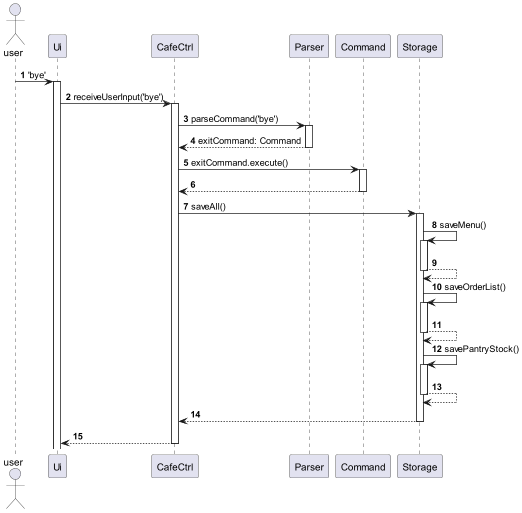
Before: docs/images/sequence/Architecture_Encode_Data.png, a diagram exported from PlantUML (nus-cs2113-AY2324S1/tp).
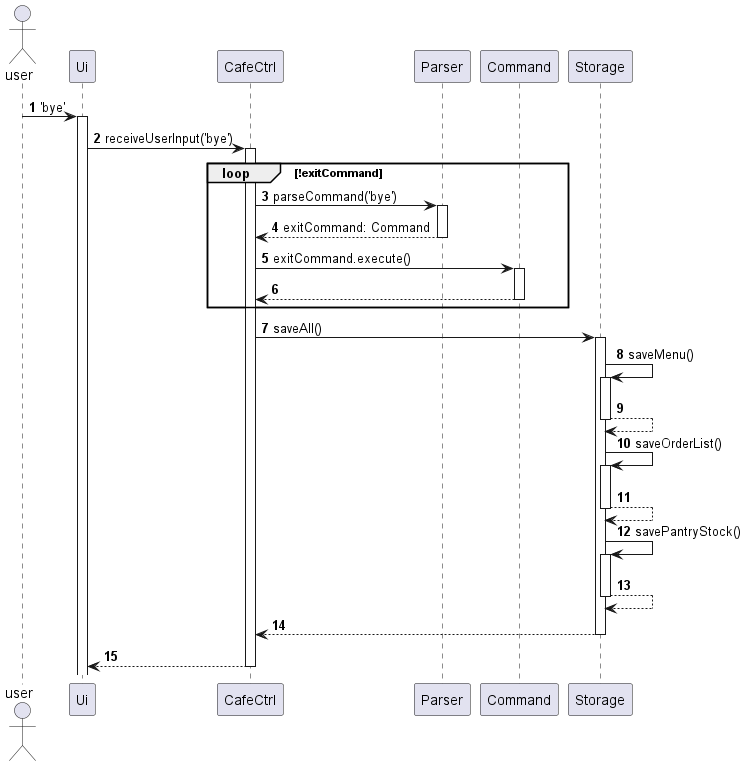
Above is the later version.

Commit message:
Update architecture sequence diagram

Diff of the diagram source:
```diff
@@ -13,6 +13,7 @@
 user -> Ui: 'bye'
 Activate Ui
 Ui-> CafeCtrl : receiveUserInput('bye')
+loop !exitCommand
 Activate CafeCtrl
 CafeCtrl -> Parser : parseCommand('bye')
 Activate Parser
@@ -20,6 +21,7 @@
 CafeCtrl -> Command : exitCommand.execute()
 Activate Command
 return
+end loop
 CafeCtrl->Storage : saveAll()
 Activate Storage
 Storage -> Storage: saveMenu()
```
